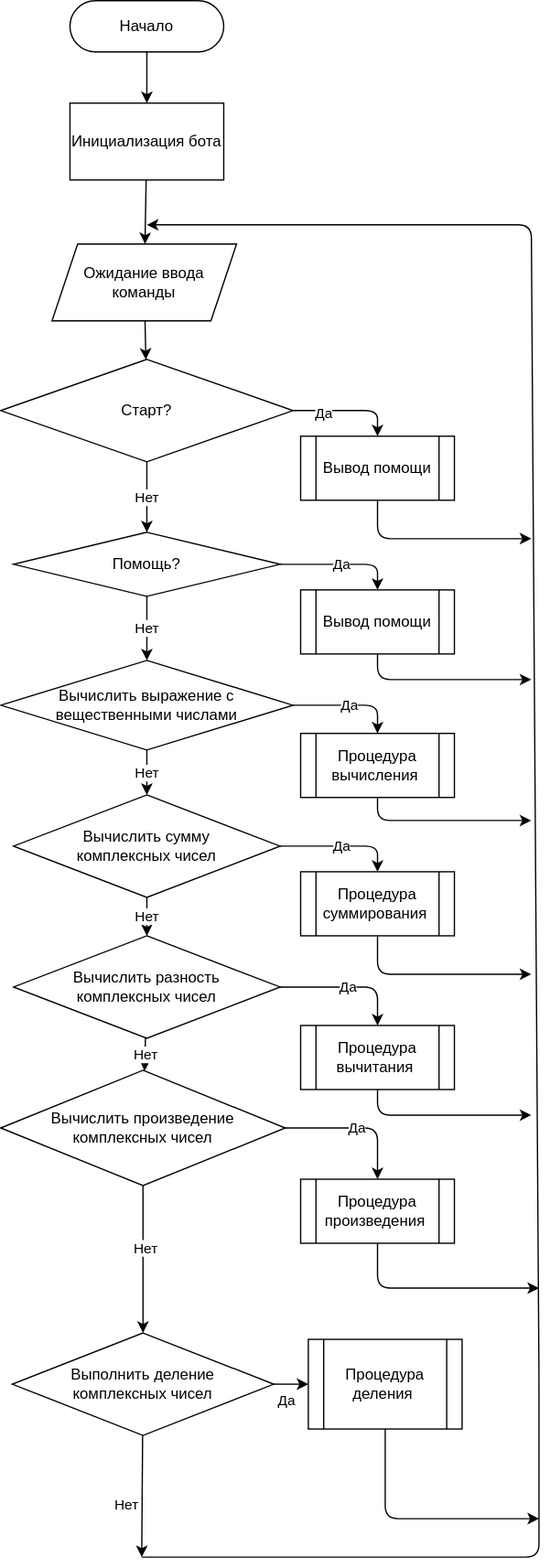
The draw.io diagram flowchar.drawio.svg in igor-rodin/TickTackToeBot, before a commit. Source tidied: cells renumbered, new cells last; positions are measured from the earlier drawing's top-left corner, leaving out a move shared by most shapes.
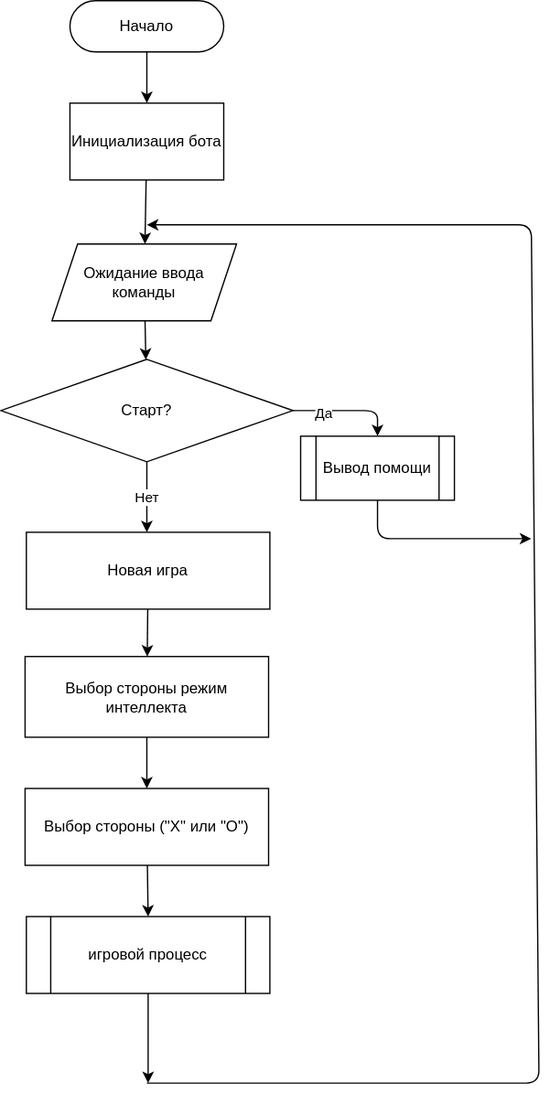
After the commit.

The edit, as a diff of the source:
```diff
@@ -20,8 +20,10 @@
     <mxCell id="7" value="Инициализация бота" style="rounded=0;whiteSpace=wrap;html=1;" parent="1" vertex="1">
       <mxGeometry x="54" y="80" width="120" height="60" as="geometry" />
     </mxCell>
-    <mxCell id="8" value="Нет" style="edgeStyle=none;html=1;" parent="1" edge="1" source="11" target="14">
-      <mxGeometry relative="1" as="geometry" />
+    <mxCell id="8" value="Нет" style="edgeStyle=none;html=1;" parent="1" edge="1" source="11">
+      <mxGeometry relative="1" as="geometry">
+        <mxPoint x="114" y="415" as="targetPoint" />
+      </mxGeometry>
     </mxCell>
     <mxCell id="9" style="edgeStyle=none;html=1;exitX=1;exitY=0.5;exitDx=0;exitDy=0;entryX=0.5;entryY=0;entryDx=0;entryDy=0;" parent="1" edge="1" source="11" target="39">
       <mxGeometry relative="1" as="geometry">
@@ -36,129 +38,6 @@
     <mxCell id="11" value="Старт?" style="rhombus;whiteSpace=wrap;html=1;" parent="1" vertex="1">
       <mxGeometry y="280" width="228" height="80" as="geometry" />
     </mxCell>
-    <mxCell id="12" value="Нет" style="edgeStyle=none;html=1;" parent="1" edge="1" source="14" target="17">
-      <mxGeometry relative="1" as="geometry" />
-    </mxCell>
-    <mxCell id="13" value="Да" style="edgeStyle=none;html=1;exitX=1;exitY=0.5;exitDx=0;exitDy=0;entryX=0.5;entryY=0;entryDx=0;entryDy=0;" parent="1" edge="1" source="14" target="37">
-      <mxGeometry relative="1" as="geometry">
-        <Array as="points">
-          <mxPoint x="294" y="440" />
-        </Array>
-      </mxGeometry>
-    </mxCell>
-    <mxCell id="14" value="Помощь?" style="rhombus;whiteSpace=wrap;html=1;" parent="1" vertex="1">
-      <mxGeometry x="10" y="415" width="208" height="50" as="geometry" />
-    </mxCell>
-    <mxCell id="15" value="Нет" style="edgeStyle=none;html=1;" parent="1" edge="1" source="17" target="20">
-      <mxGeometry relative="1" as="geometry" />
-    </mxCell>
-    <mxCell id="16" value="Да" style="edgeStyle=none;html=1;exitX=1;exitY=0.5;exitDx=0;exitDy=0;entryX=0.5;entryY=0;entryDx=0;entryDy=0;" parent="1" edge="1" source="17" target="35">
-      <mxGeometry relative="1" as="geometry">
-        <Array as="points">
-          <mxPoint x="294" y="550" />
-        </Array>
-      </mxGeometry>
-    </mxCell>
-    <mxCell id="17" value="Вычислить выражение с вещественными числами" style="rhombus;whiteSpace=wrap;html=1;" parent="1" vertex="1">
-      <mxGeometry y="515" width="228" height="70" as="geometry" />
-    </mxCell>
-    <mxCell id="18" value="Нет" style="edgeStyle=none;html=1;" parent="1" edge="1" source="20" target="23">
-      <mxGeometry relative="1" as="geometry" />
-    </mxCell>
-    <mxCell id="19" value="Да" style="edgeStyle=none;html=1;exitX=1;exitY=0.5;exitDx=0;exitDy=0;entryX=0.5;entryY=0;entryDx=0;entryDy=0;" parent="1" edge="1" source="20" target="33">
-      <mxGeometry relative="1" as="geometry">
-        <Array as="points">
-          <mxPoint x="294" y="660" />
-        </Array>
-      </mxGeometry>
-    </mxCell>
-    <mxCell id="20" value="Вычислить сумму &lt;br&gt;комплексных чисел" style="rhombus;whiteSpace=wrap;html=1;" parent="1" vertex="1">
-      <mxGeometry x="10" y="620" width="208" height="80" as="geometry" />
-    </mxCell>
-    <mxCell id="21" value="Нет" style="edgeStyle=none;html=1;" parent="1" edge="1" source="23" target="27">
-      <mxGeometry relative="1" as="geometry" />
-    </mxCell>
-    <mxCell id="22" value="Да" style="edgeStyle=none;html=1;exitX=1;exitY=0.5;exitDx=0;exitDy=0;entryX=0.5;entryY=0;entryDx=0;entryDy=0;" parent="1" edge="1" source="23" target="31">
-      <mxGeometry relative="1" as="geometry">
-        <Array as="points">
-          <mxPoint x="294" y="770" />
-        </Array>
-      </mxGeometry>
-    </mxCell>
-    <mxCell id="23" value="Вычислить разность &lt;br&gt;комплексных чисел" style="rhombus;whiteSpace=wrap;html=1;" parent="1" vertex="1">
-      <mxGeometry x="10" y="730" width="208" height="80" as="geometry" />
-    </mxCell>
-    <mxCell id="24" value="Да" style="edgeStyle=none;html=1;exitX=1;exitY=0.5;exitDx=0;exitDy=0;entryX=0.5;entryY=0;entryDx=0;entryDy=0;" parent="1" edge="1" source="27" target="29">
-      <mxGeometry relative="1" as="geometry">
-        <Array as="points">
-          <mxPoint x="294" y="880" />
-        </Array>
-      </mxGeometry>
-    </mxCell>
-    <mxCell id="25" style="edgeStyle=none;html=1;entryX=0.5;entryY=0;entryDx=0;entryDy=0;" parent="1" edge="1" source="27" target="44">
-      <mxGeometry relative="1" as="geometry" />
-    </mxCell>
-    <mxCell id="26" value="Нет" style="edgeLabel;html=1;align=center;verticalAlign=middle;" parent="25" vertex="1">
-      <mxGeometry x="-0.16" y="1" relative="1" as="geometry" />
-    </mxCell>
-    <mxCell id="27" value="Вычислить произведение&lt;br&gt;&amp;nbsp;комплексных чисел" style="rhombus;whiteSpace=wrap;html=1;" parent="1" vertex="1">
-      <mxGeometry y="835" width="222" height="90" as="geometry" />
-    </mxCell>
-    <mxCell id="28" style="edgeStyle=none;html=1;exitX=0.5;exitY=1;exitDx=0;exitDy=0;" parent="1" edge="1" source="29">
-      <mxGeometry relative="1" as="geometry">
-        <mxPoint x="420" y="1005" as="targetPoint" />
-        <Array as="points">
-          <mxPoint x="294" y="1005" />
-        </Array>
-      </mxGeometry>
-    </mxCell>
-    <mxCell id="29" value="Процедура произведения&lt;span style=&quot;color: rgba(0 , 0 , 0 , 0) ; font-family: monospace ; font-size: 0px&quot;&gt;%3CmxGraphModel%3E%3Croot%3E%3CmxCell%20id%3D%220%22%2F%3E%3CmxCell%20id%3D%221%22%20parent%3D%220%22%2F%3E%3CmxCell%20id%3D%222%22%20value%3D%22%D0%9F%D1%80%D0%BE%D1%86%D0%B5%D0%B4%D1%83%D1%80%D0%B0%20%D0%B4%D0%BE%D0%B1%D0%B0%D0%B2%D0%BB%D0%B5%D0%BD%D0%B8%D1%8F%20%D0%B7%D0%B0%D0%BF%D0%B8%D1%81%D0%B8%22%20style%3D%22shape%3Dprocess%3BwhiteSpace%3Dwrap%3Bhtml%3D1%3BbackgroundOutline%3D1%3B%22%20vertex%3D%221%22%20parent%3D%221%22%3E%3CmxGeometry%20x%3D%22220%22%20y%3D%22720%22%20width%3D%22120%22%20height%3D%2250%22%20as%3D%22geometry%22%2F%3E%3C%2FmxCell%3E%3C%2Froot%3E%3C%2FmxGraphModel%3E&lt;/span&gt;&lt;span style=&quot;color: rgba(0 , 0 , 0 , 0) ; font-family: monospace ; font-size: 0px&quot;&gt;%3CmxGraphModel%3E%3Croot%3E%3CmxCell%20id%3D%220%22%2F%3E%3CmxCell%20id%3D%221%22%20parent%3D%220%22%2F%3E%3CmxCell%20id%3D%222%22%20value%3D%22%D0%9F%D1%80%D0%BE%D1%86%D0%B5%D0%B4%D1%83%D1%80%D0%B0%20%D0%B4%D0%BE%D0%B1%D0%B0%D0%B2%D0%BB%D0%B5%D0%BD%D0%B8%D1%8F%20%D0%B7%D0%B0%D0%BF%D0%B8%D1%81%D0%B8%22%20style%3D%22shape%3Dprocess%3BwhiteSpace%3Dwrap%3Bhtml%3D1%3BbackgroundOutline%3D1%3B%22%20vertex%3D%221%22%20parent%3D%221%22%3E%3CmxGeometry%20x%3D%22220%22%20y%3D%22720%22%20width%3D%22120%22%20height%3D%2250%22%20as%3D%22geometry%22%2F%3E%3C%2FmxCell%3E%3C%2Froot%3E%3C%2FmxGraphModel%3E&lt;/span&gt;" style="shape=process;whiteSpace=wrap;html=1;backgroundOutline=1;" parent="1" vertex="1">
-      <mxGeometry x="234" y="920" width="120" height="50" as="geometry" />
-    </mxCell>
-    <mxCell id="30" style="edgeStyle=none;html=1;exitX=0.5;exitY=1;exitDx=0;exitDy=0;" parent="1" edge="1" source="31">
-      <mxGeometry relative="1" as="geometry">
-        <mxPoint x="414" y="870" as="targetPoint" />
-        <Array as="points">
-          <mxPoint x="294" y="870" />
-        </Array>
-      </mxGeometry>
-    </mxCell>
-    <mxCell id="31" value="Процедура вычитания&lt;span style=&quot;color: rgba(0 , 0 , 0 , 0) ; font-family: monospace ; font-size: 0px&quot;&gt;%3CmxGraphModel%3E%3Croot%3E%3CmxCell%20id%3D%220%22%2F%3E%3CmxCell%20id%3D%221%22%20parent%3D%220%22%2F%3E%3CmxCell%20id%3D%222%22%20value%3D%22%D0%9F%D1%80%D0%BE%D1%86%D0%B5%D0%B4%D1%83%D1%80%D0%B0%20%D0%B4%D0%BE%D0%B1%D0%B0%D0%B2%D0%BB%D0%B5%D0%BD%D0%B8%D1%8F%20%D0%B7%D0%B0%D0%BF%D0%B8%D1%81%D0%B8%22%20style%3D%22shape%3Dprocess%3BwhiteSpace%3Dwrap%3Bhtml%3D1%3BbackgroundOutline%3D1%3B%22%20vertex%3D%221%22%20parent%3D%221%22%3E%3CmxGeometry%20x%3D%22220%22%20y%3D%22720%22%20width%3D%22120%22%20height%3D%2250%22%20as%3D%22geometry%22%2F%3E%3C%2FmxCell%3E%3C%2Froot%3E%3C%2FmxGraphModel%3E&lt;/span&gt;&lt;span style=&quot;color: rgba(0 , 0 , 0 , 0) ; font-family: monospace ; font-size: 0px&quot;&gt;%3CmxGraphModel%3E%3Croot%3E%3CmxCell%20id%3D%220%22%2F%3E%3CmxCell%20id%3D%221%22%20parent%3D%220%22%2F%3E%3CmxCell%20id%3D%222%22%20value%3D%22%D0%9F%D1%80%D0%BE%D1%86%D0%B5%D0%B4%D1%83%D1%80%D0%B0%20%D0%B4%D0%BE%D0%B1%D0%B0%D0%B2%D0%BB%D0%B5%D0%BD%D0%B8%D1%8F%20%D0%B7%D0%B0%D0%BF%D0%B8%D1%81%D0%B8%22%20style%3D%22shape%3Dprocess%3BwhiteSpace%3Dwrap%3Bhtml%3D1%3BbackgroundOutline%3D1%3B%22%20vertex%3D%221%22%20parent%3D%221%22%3E%3CmxGeometry%20x%3D%22220%22%20y%3D%22720%22%20width%3D%22120%22%20height%3D%2250%22%20as%3D%22geometry%22%2F%3E%3C%2FmxCell%3E%3C%2Froot%3E%3C%2FmxGraphModel%3E&lt;/span&gt;" style="shape=process;whiteSpace=wrap;html=1;backgroundOutline=1;" parent="1" vertex="1">
-      <mxGeometry x="234" y="800" width="120" height="50" as="geometry" />
-    </mxCell>
-    <mxCell id="32" style="edgeStyle=none;html=1;exitX=0.5;exitY=1;exitDx=0;exitDy=0;" parent="1" edge="1" source="33">
-      <mxGeometry relative="1" as="geometry">
-        <mxPoint x="414" y="760" as="targetPoint" />
-        <Array as="points">
-          <mxPoint x="294" y="760" />
-        </Array>
-      </mxGeometry>
-    </mxCell>
-    <mxCell id="33" value="Процедура суммирования&lt;span style=&quot;color: rgba(0 , 0 , 0 , 0) ; font-family: monospace ; font-size: 0px&quot;&gt;%3CmxGraphModel%3E%3Croot%3E%3CmxCell%20id%3D%220%22%2F%3E%3CmxCell%20id%3D%221%22%20parent%3D%220%22%2F%3E%3CmxCell%20id%3D%222%22%20value%3D%22%D0%9F%D1%80%D0%BE%D1%86%D0%B5%D0%B4%D1%83%D1%80%D0%B0%20%D0%B4%D0%BE%D0%B1%D0%B0%D0%B2%D0%BB%D0%B5%D0%BD%D0%B8%D1%8F%20%D0%B7%D0%B0%D0%BF%D0%B8%D1%81%D0%B8%22%20style%3D%22shape%3Dprocess%3BwhiteSpace%3Dwrap%3Bhtml%3D1%3BbackgroundOutline%3D1%3B%22%20vertex%3D%221%22%20parent%3D%221%22%3E%3CmxGeometry%20x%3D%22220%22%20y%3D%22720%22%20width%3D%22120%22%20height%3D%2250%22%20as%3D%22geometry%22%2F%3E%3C%2FmxCell%3E%3C%2Froot%3E%3C%2FmxGraphModel%3E&lt;/span&gt;&lt;span style=&quot;color: rgba(0 , 0 , 0 , 0) ; font-family: monospace ; font-size: 0px&quot;&gt;%3CmxGraphModel%3E%3Croot%3E%3CmxCell%20id%3D%220%22%2F%3E%3CmxCell%20id%3D%221%22%20parent%3D%220%22%2F%3E%3CmxCell%20id%3D%222%22%20value%3D%22%D0%9F%D1%80%D0%BE%D1%86%D0%B5%D0%B4%D1%83%D1%80%D0%B0%20%D0%B4%D0%BE%D0%B1%D0%B0%D0%B2%D0%BB%D0%B5%D0%BD%D0%B8%D1%8F%20%D0%B7%D0%B0%D0%BF%D0%B8%D1%81%D0%B8%22%20style%3D%22shape%3Dprocess%3BwhiteSpace%3Dwrap%3Bhtml%3D1%3BbackgroundOutline%3D1%3B%22%20vertex%3D%221%22%20parent%3D%221%22%3E%3CmxGeometry%20x%3D%22220%22%20y%3D%22720%22%20width%3D%22120%22%20height%3D%2250%22%20as%3D%22geometry%22%2F%3E%3C%2FmxCell%3E%3C%2Froot%3E%3C%2FmxGraphModel%3E&lt;/span&gt;" style="shape=process;whiteSpace=wrap;html=1;backgroundOutline=1;" parent="1" vertex="1">
-      <mxGeometry x="234" y="680" width="120" height="50" as="geometry" />
-    </mxCell>
-    <mxCell id="34" style="edgeStyle=none;html=1;exitX=0.5;exitY=1;exitDx=0;exitDy=0;" parent="1" edge="1" source="35">
-      <mxGeometry relative="1" as="geometry">
-        <mxPoint x="414" y="640" as="targetPoint" />
-        <Array as="points">
-          <mxPoint x="294" y="640" />
-        </Array>
-      </mxGeometry>
-    </mxCell>
-    <mxCell id="35" value="Процедура вычисления&lt;span style=&quot;color: rgba(0 , 0 , 0 , 0) ; font-family: monospace ; font-size: 0px&quot;&gt;%3CmxGraphModel%3E%3Croot%3E%3CmxCell%20id%3D%220%22%2F%3E%3CmxCell%20id%3D%221%22%20parent%3D%220%22%2F%3E%3CmxCell%20id%3D%222%22%20value%3D%22%D0%9F%D1%80%D0%BE%D1%86%D0%B5%D0%B4%D1%83%D1%80%D0%B0%20%D0%B4%D0%BE%D0%B1%D0%B0%D0%B2%D0%BB%D0%B5%D0%BD%D0%B8%D1%8F%20%D0%B7%D0%B0%D0%BF%D0%B8%D1%81%D0%B8%22%20style%3D%22shape%3Dprocess%3BwhiteSpace%3Dwrap%3Bhtml%3D1%3BbackgroundOutline%3D1%3B%22%20vertex%3D%221%22%20parent%3D%221%22%3E%3CmxGeometry%20x%3D%22220%22%20y%3D%22720%22%20width%3D%22120%22%20height%3D%2250%22%20as%3D%22geometry%22%2F%3E%3C%2FmxCell%3E%3C%2Froot%3E%3C%2FmxGraphModel%3E&lt;/span&gt;&lt;span style=&quot;color: rgba(0 , 0 , 0 , 0) ; font-family: monospace ; font-size: 0px&quot;&gt;%3CmxGraphModel%3E%3Croot%3E%3CmxCell%20id%3D%220%22%2F%3E%3CmxCell%20id%3D%221%22%20parent%3D%220%22%2F%3E%3CmxCell%20id%3D%222%22%20value%3D%22%D0%9F%D1%80%D0%BE%D1%86%D0%B5%D0%B4%D1%83%D1%80%D0%B0%20%D0%B4%D0%BE%D0%B1%D0%B0%D0%B2%D0%BB%D0%B5%D0%BD%D0%B8%D1%8F%20%D0%B7%D0%B0%D0%BF%D0%B8%D1%81%D0%B8%22%20style%3D%22shape%3Dprocess%3BwhiteSpace%3Dwrap%3Bhtml%3D1%3BbackgroundOutline%3D1%3B%22%20vertex%3D%221%22%20parent%3D%221%22%3E%3CmxGeometry%20x%3D%22220%22%20y%3D%22720%22%20width%3D%22120%22%20height%3D%2250%22%20as%3D%22geometry%22%2F%3E%3C%2FmxCell%3E%3C%2Froot%3E%3C%2FmxGraphModel%3E&lt;/span&gt;" style="shape=process;whiteSpace=wrap;html=1;backgroundOutline=1;" parent="1" vertex="1">
-      <mxGeometry x="234" y="572" width="120" height="50" as="geometry" />
-    </mxCell>
-    <mxCell id="36" style="edgeStyle=none;html=1;exitX=0.5;exitY=1;exitDx=0;exitDy=0;" parent="1" edge="1" source="37">
-      <mxGeometry relative="1" as="geometry">
-        <mxPoint x="414" y="530" as="targetPoint" />
-        <Array as="points">
-          <mxPoint x="294" y="530" />
-        </Array>
-      </mxGeometry>
-    </mxCell>
-    <mxCell id="37" value="Вывод помощи" style="shape=process;whiteSpace=wrap;html=1;backgroundOutline=1;" parent="1" vertex="1">
-      <mxGeometry x="234" y="460" width="120" height="50" as="geometry" />
-    </mxCell>
     <mxCell id="38" style="edgeStyle=none;html=1;exitX=0.5;exitY=1;exitDx=0;exitDy=0;" parent="1" edge="1" source="39">
       <mxGeometry relative="1" as="geometry">
         <mxPoint x="414" y="420" as="targetPoint" />
@@ -172,42 +51,41 @@
     </mxCell>
     <mxCell id="40" style="endArrow=classic;html=1;" parent="1" edge="1">
       <mxGeometry relative="1" as="geometry">
-        <mxPoint x="110" y="1215" as="sourcePoint" />
+        <mxPoint x="114" y="845" as="sourcePoint" />
         <mxPoint x="114" y="175" as="targetPoint" />
         <Array as="points">
-          <mxPoint x="260" y="1215" />
-          <mxPoint x="420" y="1215" />
-          <mxPoint x="420" y="1075" />
+          <mxPoint x="150" y="845" />
+          <mxPoint x="220" y="845" />
+          <mxPoint x="420" y="845" />
           <mxPoint x="414" y="175" />
         </Array>
       </mxGeometry>
     </mxCell>
-    <mxCell id="41" value="Нет" style="edgeStyle=none;html=1;" parent="1" edge="1" source="44">
-      <mxGeometry x="0.14" y="-12" relative="1" as="geometry">
-        <mxPoint x="110" y="1215" as="targetPoint" />
-      </mxGeometry>
-    </mxCell>
-    <mxCell id="42" style="edgeStyle=none;html=1;entryX=0;entryY=0.5;entryDx=0;entryDy=0;" parent="1" edge="1" source="44" target="46">
-      <mxGeometry relative="1" as="geometry" />
-    </mxCell>
-    <mxCell id="43" value="Да" style="edgeLabel;html=1;align=center;verticalAlign=middle;" parent="42" vertex="1">
-      <mxGeometry x="-0.09" y="-1" relative="1" as="geometry">
-        <mxPoint x="-3" y="11" as="offset" />
-      </mxGeometry>
-    </mxCell>
-    <mxCell id="44" value="Выполнить деление&lt;br&gt;&amp;nbsp;комплексных чисел" style="rhombus;whiteSpace=wrap;html=1;" parent="1" vertex="1">
-      <mxGeometry x="9" y="1040" width="204" height="80" as="geometry" />
-    </mxCell>
-    <mxCell id="45" style="edgeStyle=none;html=1;exitX=0.5;exitY=1;exitDx=0;exitDy=0;" parent="1" edge="1" source="46">
-      <mxGeometry relative="1" as="geometry">
-        <mxPoint x="420" y="1185" as="targetPoint" />
-        <Array as="points">
-          <mxPoint x="300" y="1185" />
-        </Array>
-      </mxGeometry>
-    </mxCell>
-    <mxCell id="46" value="Процедура деления&lt;span style=&quot;color: rgba(0 , 0 , 0 , 0) ; font-family: monospace ; font-size: 0px&quot;&gt;%3CmxGraphModel%3E%3Croot%3E%3CmxCell%20id%3D%220%22%2F%3E%3CmxCell%20id%3D%221%22%20parent%3D%220%22%2F%3E%3CmxCell%20id%3D%222%22%20value%3D%22%D0%9F%D1%80%D0%BE%D1%86%D0%B5%D0%B4%D1%83%D1%80%D0%B0%20%D0%B4%D0%BE%D0%B1%D0%B0%D0%B2%D0%BB%D0%B5%D0%BD%D0%B8%D1%8F%20%D0%B7%D0%B0%D0%BF%D0%B8%D1%81%D0%B8%22%20style%3D%22shape%3Dprocess%3BwhiteSpace%3Dwrap%3Bhtml%3D1%3BbackgroundOutline%3D1%3B%22%20vertex%3D%221%22%20parent%3D%221%22%3E%3CmxGeometry%20x%3D%22220%22%20y%3D%22720%22%20width%3D%22120%22%20height%3D%2250%22%20as%3D%22geometry%22%2F%3E%3C%2FmxCell%3E%3C%2Froot%3E%3C%2FmxGraphModel%3E&lt;/span&gt;&lt;span style=&quot;color: rgba(0 , 0 , 0 , 0) ; font-family: monospace ; font-size: 0px&quot;&gt;%3CmxGraphModel%3E%3Croot%3E%3CmxCell%20id%3D%220%22%2F%3E%3CmxCell%20id%3D%221%22%20parent%3D%220%22%2F%3E%3CmxCell%20id%3D%222%22%20value%3D%22%D0%9F%D1%80%D0%BE%D1%86%D0%B5%D0%B4%D1%83%D1%80%D0%B0%20%D0%B4%D0%BE%D0%B1%D0%B0%D0%B2%D0%BB%D0%B5%D0%BD%D0%B8%D1%8F%20%D0%B7%D0%B0%D0%BF%D0%B8%D1%81%D0%B8%22%20style%3D%22shape%3Dprocess%3BwhiteSpace%3Dwrap%3Bhtml%3D1%3BbackgroundOutline%3D1%3B%22%20vertex%3D%221%22%20parent%3D%221%22%3E%3CmxGeometry%20x%3D%22220%22%20y%3D%22720%22%20width%3D%22120%22%20height%3D%2250%22%20as%3D%22geometry%22%2F%3E%3C%2FmxCell%3E%3C%2Froot%3E%3C%2FmxGraphModel%3E&lt;/span&gt;" style="shape=process;whiteSpace=wrap;html=1;backgroundOutline=1;" parent="1" vertex="1">
-      <mxGeometry x="240" y="1045" width="120" height="70" as="geometry" />
-    </mxCell>
+    <mxCell id="47" style="edgeStyle=none;html=1;" parent="1" edge="1" source="48" target="50">
+      <mxGeometry relative="1" as="geometry" />
+    </mxCell>
+    <mxCell id="48" value="&lt;span&gt;Новая игра&lt;/span&gt;" style="rounded=0;whiteSpace=wrap;html=1;" parent="1" vertex="1">
+      <mxGeometry x="20" y="415" width="190" height="60" as="geometry" />
+    </mxCell>
+    <mxCell id="49" style="edgeStyle=none;html=1;" parent="1" edge="1" source="50" target="52">
+      <mxGeometry relative="1" as="geometry" />
+    </mxCell>
+    <mxCell id="50" value="&lt;span&gt;Выбор стороны режим интеллекта&lt;/span&gt;" style="rounded=0;whiteSpace=wrap;html=1;" parent="1" vertex="1">
+      <mxGeometry x="19" y="512" width="190" height="63" as="geometry" />
+    </mxCell>
+    <mxCell id="51" style="edgeStyle=none;html=1;entryX=0.5;entryY=0;entryDx=0;entryDy=0;" parent="1" edge="1" source="52" target="54">
+      <mxGeometry relative="1" as="geometry" />
+    </mxCell>
+    <mxCell id="52" value="&lt;span&gt;Выбор стороны (&quot;X&quot; или &quot;O&quot;)&lt;/span&gt;" style="rounded=0;whiteSpace=wrap;html=1;" parent="1" vertex="1">
+      <mxGeometry x="19" y="615" width="190" height="60" as="geometry" />
+    </mxCell>
+    <mxCell id="53" style="edgeStyle=none;html=1;" parent="1" edge="1" source="54">
+      <mxGeometry relative="1" as="geometry">
+        <mxPoint x="115" y="845" as="targetPoint" />
+      </mxGeometry>
+    </mxCell>
+    <mxCell id="54" value="игровой процесс" style="shape=process;whiteSpace=wrap;html=1;backgroundOutline=1;" parent="1" vertex="1">
+      <mxGeometry x="20" y="715" width="190" height="60" as="geometry" />
+    </mxCell>
   </root>
 </mxGraphModel>
```
